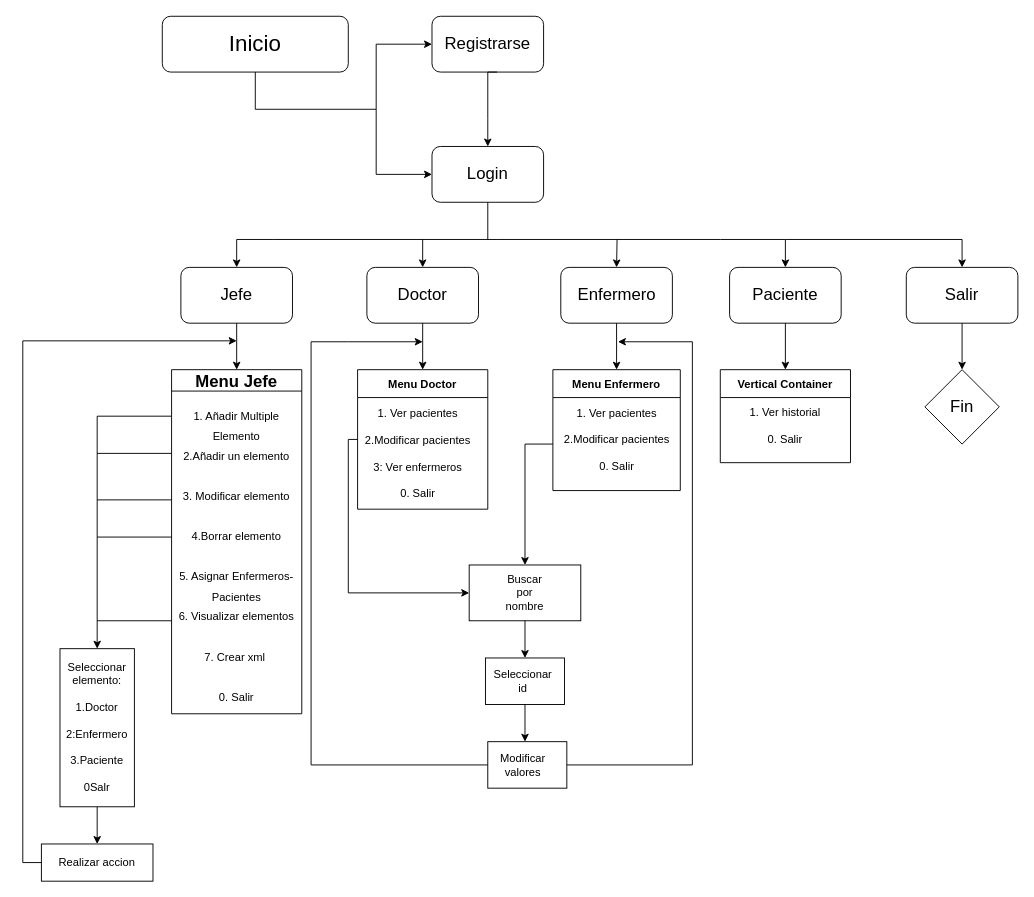
Before: doc/Interfaz_Proyecto.drawio in JuanEspinosa97/tis_2022_repositorio, a draw.io diagram. Source tidied: cells renumbered, new cells numbered last; positions are measured from the earlier drawing's top-left corner, leaving out a move shared by most shapes. Both pictures are drawn from the tidied source at 93%, with x=0, y=0 at pixel (22, 16).
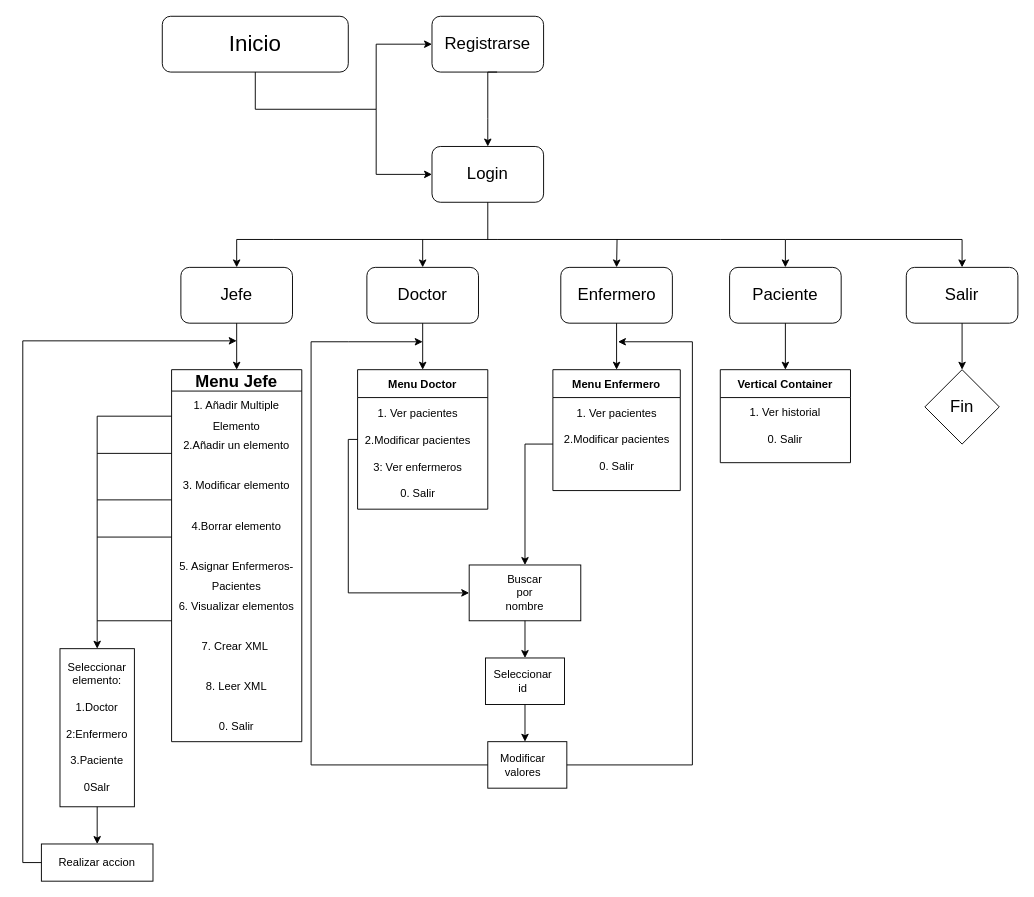
The same diagram, later.

Commit message (it also covers changes not shown here):
Cambio Menu enfermero y diagrama interfaz

Diff of the diagram source:
```diff
@@
     <mxCell id="24" value="Menu Jefe" style="swimlane;fontSize=18;" parent="1" vertex="1">
-      <mxGeometry x="160" y="380" width="140" height="370" as="geometry" />
+      <mxGeometry x="160" y="380" width="140" height="400" as="geometry" />
     </mxCell>
-    <mxCell id="25" value="&lt;font style=&quot;font-size: 12px&quot;&gt;1. Añadir Multiple Elemento&lt;br&gt;2.Añadir un elemento&lt;br&gt;&lt;br&gt;3. Modificar elemento&lt;br&gt;&lt;br&gt;4.Borrar elemento&lt;br&gt;&lt;br&gt;5. Asignar Enfermeros-Pacientes&lt;br&gt;6. Visualizar elementos&lt;br&gt;&lt;br&gt;7. Crear xml&amp;nbsp;&lt;br&gt;&lt;br&gt;0. Salir&lt;br&gt;&lt;/font&gt;" style="text;html=1;strokeColor=none;fillColor=none;align=center;verticalAlign=middle;whiteSpace=wrap;rounded=0;fontSize=18;" parent="24" vertex="1">
-      <mxGeometry y="180" width="140" height="40" as="geometry" />
+    <mxCell id="25" value="&lt;font style=&quot;font-size: 12px&quot;&gt;1. Añadir Multiple Elemento&lt;br&gt;2.Añadir un elemento&lt;br&gt;&lt;br&gt;3. Modificar elemento&lt;br&gt;&lt;br&gt;4.Borrar elemento&lt;br&gt;&lt;br&gt;5. Asignar Enfermeros-Pacientes&lt;br&gt;6. Visualizar elementos&lt;br&gt;&lt;br&gt;7. Crear XML&amp;nbsp;&lt;br&gt;&lt;br&gt;8. Leer XML&lt;br&gt;&lt;br&gt;0. Salir&lt;br&gt;&lt;/font&gt;" style="text;html=1;strokeColor=none;fillColor=none;align=center;verticalAlign=middle;whiteSpace=wrap;rounded=0;fontSize=18;" parent="24" vertex="1">
+      <mxGeometry y="190" width="140" height="40" as="geometry" />
     </mxCell>
```
